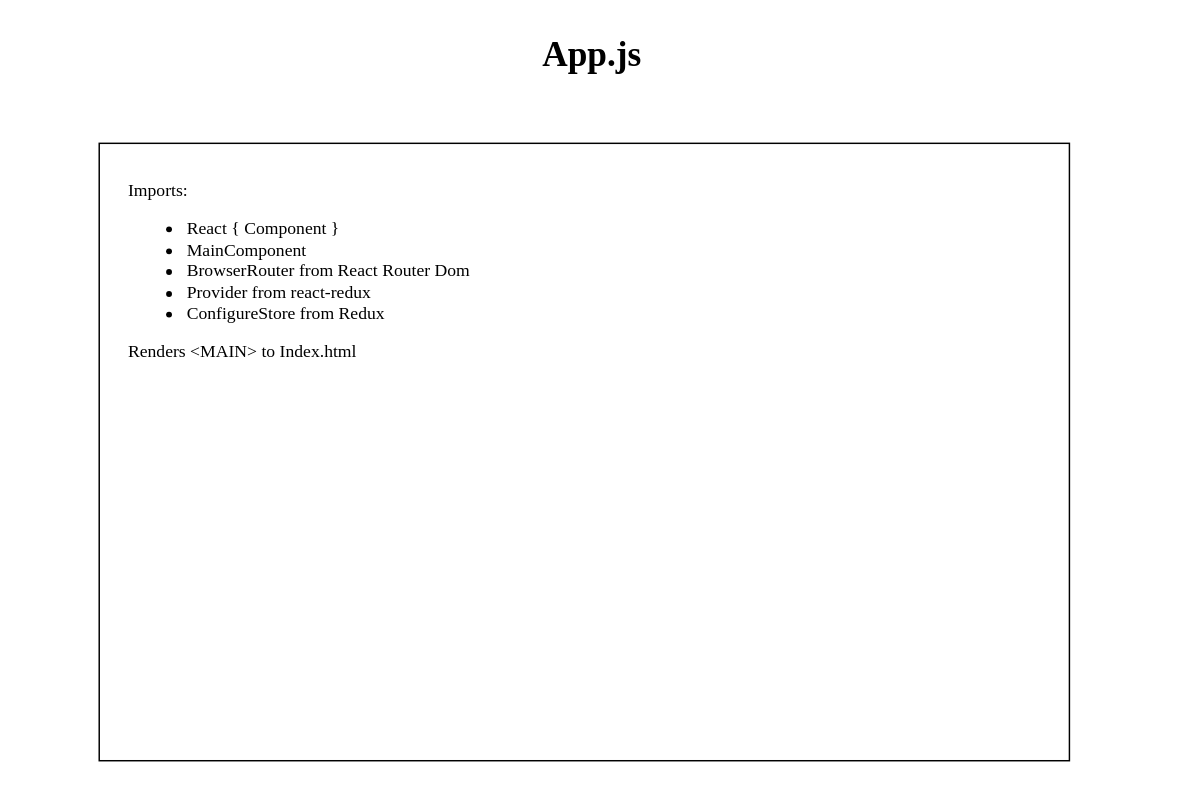
Earlier version of the draw.io diagram page "App.js" (2 of 4) of src/Documentation/FlowChart.drawio (dquickenden/nucampsite). Source tidied: cells renumbered, new cells numbered last; positions are measured from the earlier drawing's top-left corner, leaving out a move shared by most shapes. Both pictures are drawn from the tidied source at 147%, with x=0, y=0 at pixel (25, 25).
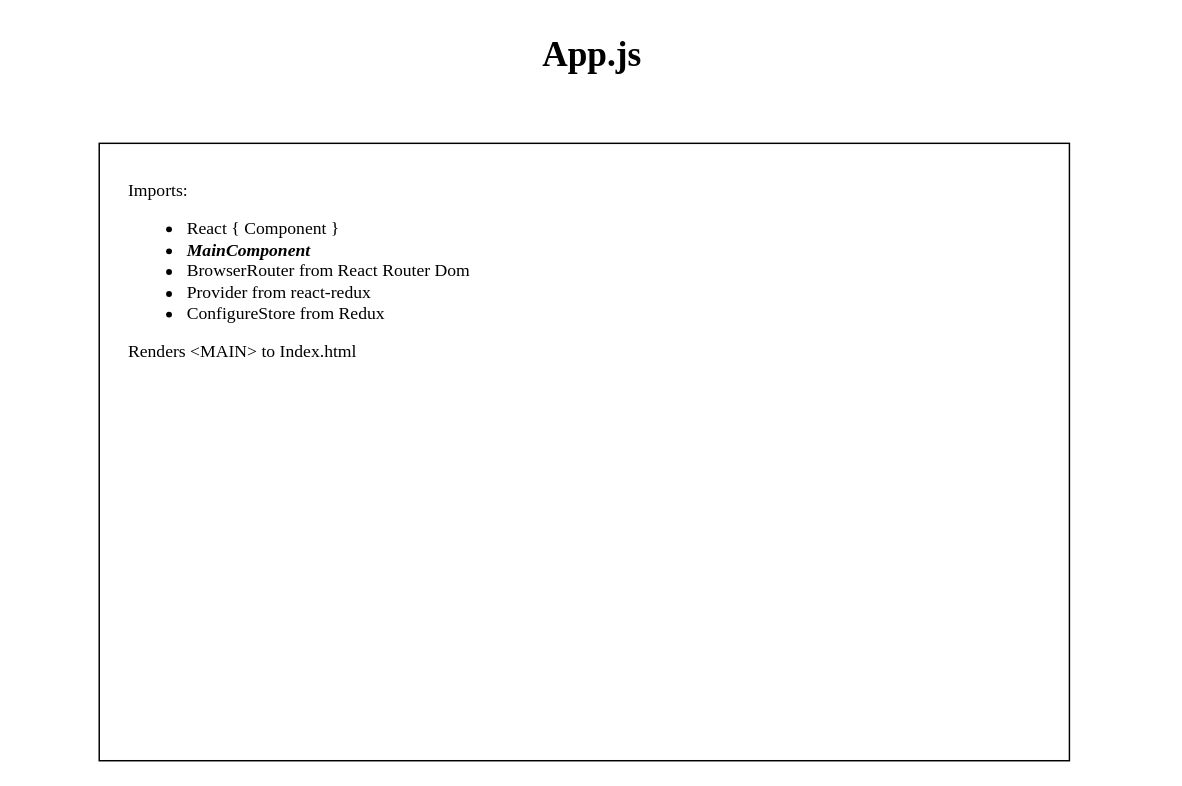
The same diagram, later.

What changed in the source:
```diff
@@
 <mxGraphModel>
   <root>
     <mxCell id="0" />
     <mxCell id="1" parent="0" />
     <mxCell id="2" value="App.js" style="text;html=1;fontSize=24;fontStyle=1;verticalAlign=middle;align=center;gradientDirection=east;fontFamily=Times New Roman;" parent="1" vertex="1">
       <mxGeometry width="770" height="40" as="geometry" />
     </mxCell>
-    <mxCell id="3" value="Imports:&lt;br&gt;&lt;ul&gt;&lt;li&gt;React { Component }&lt;/li&gt;&lt;li&gt;MainComponent&lt;/li&gt;&lt;li&gt;BrowserRouter from React Router Dom&lt;/li&gt;&lt;li&gt;Provider from react-redux&lt;/li&gt;&lt;li&gt;ConfigureStore from Redux&lt;/li&gt;&lt;/ul&gt;&lt;div&gt;Renders &amp;lt;MAIN&amp;gt; to Index.html&lt;/div&gt;" style="whiteSpace=wrap;html=1;fillColor=none;gradientColor=#4F42FF;align=left;fontFamily=Times New Roman;verticalAlign=top;spacingLeft=0;spacing=20;" parent="1" vertex="1">
+    <mxCell id="3" value="Imports:&lt;br&gt;&lt;ul&gt;&lt;li&gt;React { Component }&lt;/li&gt;&lt;li&gt;&lt;b&gt;&lt;i&gt;MainComponent&lt;/i&gt;&lt;/b&gt;&lt;/li&gt;&lt;li&gt;BrowserRouter from React Router Dom&lt;/li&gt;&lt;li&gt;Provider from react-redux&lt;/li&gt;&lt;li&gt;ConfigureStore from Redux&lt;/li&gt;&lt;/ul&gt;&lt;div&gt;Renders &amp;lt;MAIN&amp;gt; to Index.html&lt;/div&gt;" style="whiteSpace=wrap;html=1;fillColor=none;gradientColor=#4F42FF;align=left;fontFamily=Times New Roman;verticalAlign=top;spacingLeft=0;spacing=20;" parent="1" vertex="1">
       <mxGeometry x="50" y="80" width="660" height="420" as="geometry" />
     </mxCell>
   </root>
 </mxGraphModel>
```
